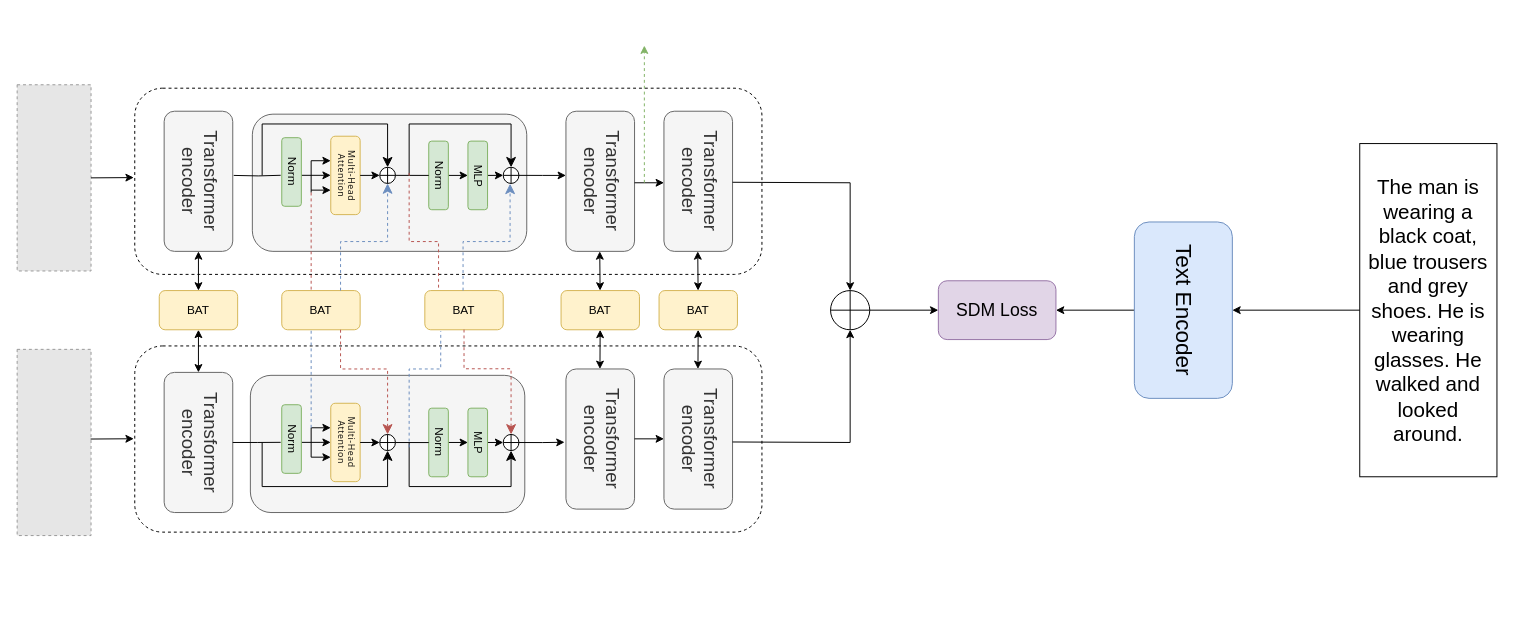
Above: 11.7.drawio in CZYdeGithub/drawio (draw.io), before the change. Source tidied: cells renumbered, new cells numbered last; positions are measured from the earlier drawing's top-left corner, leaving out a move shared by most shapes. Both pictures are drawn from the tidied source at 98%, with x=0, y=0 at pixel (17, 45). Pictures stored in the file or linked from it are replaced by grey dashed boxes.
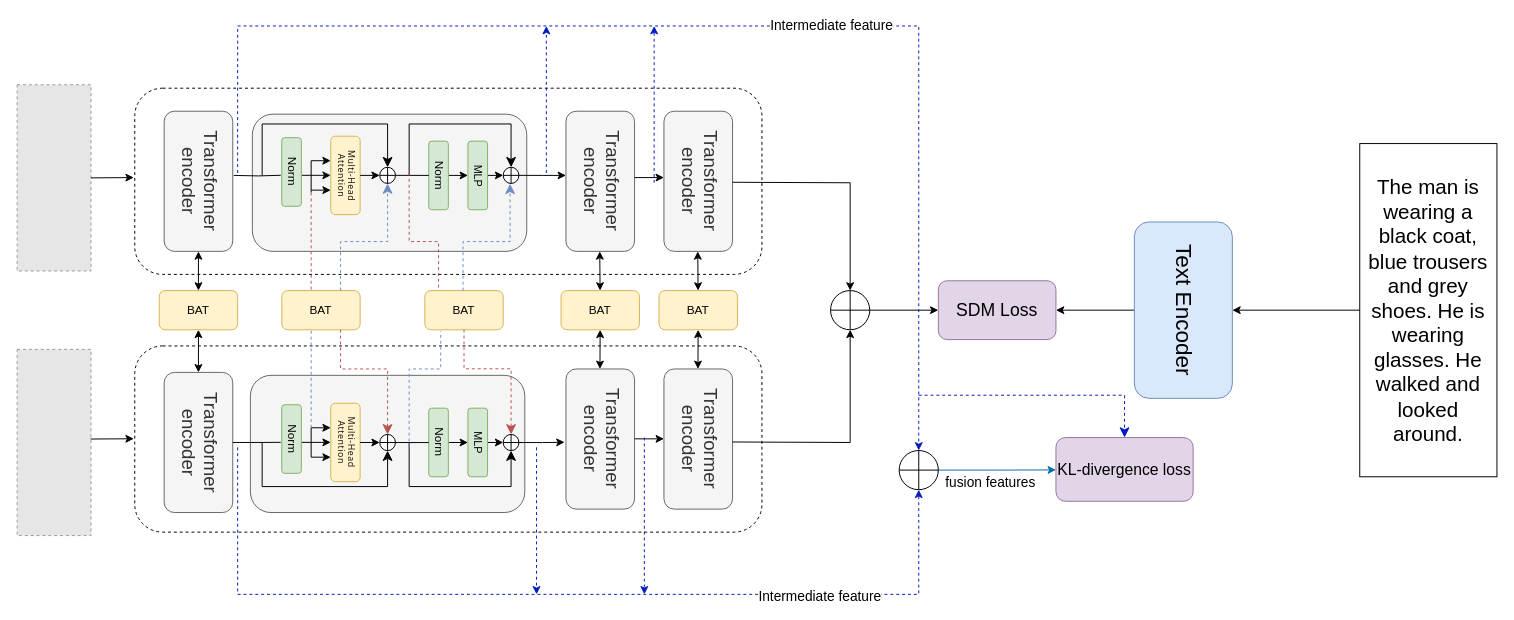
Above is the later version.

What changed in the source:
```diff
@@
     <mxCell id="24" style="endArrow=classic;html=1;rounded=0;" parent="1" edge="1">
       <mxGeometry relative="1" as="geometry">
-        <mxPoint x="630" y="140" as="sourcePoint" />
-        <mxPoint x="660" y="140" as="targetPoint" />
+        <mxPoint x="630" y="134.7" as="sourcePoint" />
+        <mxPoint x="660" y="134.7" as="targetPoint" />
       </mxGeometry>
     </mxCell>
@@
-    <mxCell id="28" style="endArrow=classic;html=1;rounded=0;fillColor=#d5e8d4;strokeColor=#82b366;dashed=1;fontSize=14;" parent="1" edge="1">
+    <mxCell id="28" style="endArrow=classic;html=1;rounded=0;fillColor=#0050ef;strokeColor=#001DBC;dashed=1;fontSize=14;" parent="1" edge="1">
       <mxGeometry relative="1" as="geometry">
-        <mxPoint x="640" y="140" as="sourcePoint" />
-        <mxPoint x="640" as="targetPoint" />
+        <mxPoint x="640" y="400" as="sourcePoint" />
+        <mxPoint x="640" y="560" as="targetPoint" />
       </mxGeometry>
     </mxCell>
@@
+    <mxCell id="83" style="endArrow=classic;html=1;rounded=0;fillColor=#0050ef;strokeColor=#001DBC;dashed=1;fontSize=14;" parent="1" edge="1">
+      <mxGeometry relative="1" as="geometry">
+        <mxPoint x="540" y="130" as="sourcePoint" />
+        <mxPoint x="540" y="-20" as="targetPoint" />
+      </mxGeometry>
+    </mxCell>
+    <mxCell id="84" style="endArrow=classic;html=1;rounded=0;fillColor=#0050ef;strokeColor=#001DBC;dashed=1;fontSize=14;entryX=0.5;entryY=0;entryDx=0;entryDy=0;" parent="1" edge="1" target="92">
+      <mxGeometry relative="1" as="geometry">
+        <mxPoint x="225" y="130" as="sourcePoint" />
+        <Array as="points">
+          <mxPoint x="225" y="-20" />
+          <mxPoint x="920" y="-20" />
+        </Array>
+      </mxGeometry>
+    </mxCell>
+    <mxCell id="85" value="Intermediate feature" style="edgeLabel;html=1;align=center;verticalAlign=middle;fontSize=14;" parent="84" vertex="1">
+      <mxGeometry x="0.7" y="-1" relative="1" as="geometry">
+        <mxPoint x="-89" y="-242" as="offset" />
+      </mxGeometry>
+    </mxCell>
+    <mxCell id="86" style="endArrow=classic;html=1;rounded=0;fillColor=#0050ef;strokeColor=#001DBC;dashed=1;fontSize=14;" parent="1" edge="1">
+      <mxGeometry relative="1" as="geometry">
+        <mxPoint x="650" y="140" as="sourcePoint" />
+        <mxPoint x="650" y="-20" as="targetPoint" />
+      </mxGeometry>
+    </mxCell>
+    <mxCell id="87" style="endArrow=classic;html=1;rounded=0;fillColor=#0050ef;strokeColor=#001DBC;dashed=1;fontSize=14;" parent="1" edge="1">
+      <mxGeometry relative="1" as="geometry">
+        <mxPoint x="530" y="410" as="sourcePoint" />
+        <mxPoint x="530" y="560" as="targetPoint" />
+      </mxGeometry>
+    </mxCell>
+    <mxCell id="88" style="endArrow=classic;html=1;rounded=0;fillColor=#0050ef;strokeColor=#001DBC;dashed=1;fontSize=14;entryX=0.5;entryY=1;entryDx=0;entryDy=0;" parent="1" edge="1" target="92">
+      <mxGeometry relative="1" as="geometry">
+        <mxPoint x="225" y="410" as="sourcePoint" />
+        <Array as="points">
+          <mxPoint x="225" y="560" />
+          <mxPoint x="920" y="560" />
+        </Array>
+      </mxGeometry>
+    </mxCell>
+    <mxCell id="89" value="Intermediate feature" style="edgeLabel;html=1;align=center;verticalAlign=middle;fontSize=14;" parent="88" vertex="1">
+      <mxGeometry x="0.66" y="-1" relative="1" as="geometry">
+        <mxPoint x="-47" as="offset" />
+      </mxGeometry>
+    </mxCell>
+    <mxCell id="90" style="edgeStyle=orthogonalEdgeStyle;rounded=0;jettySize=auto;html=1;exitX=1;exitY=0.5;exitDx=0;exitDy=0;fillColor=#1ba1e2;strokeColor=#006EAF;" parent="1" edge="1" source="92">
+      <mxGeometry relative="1" as="geometry">
+        <mxPoint x="1060" y="433" as="targetPoint" />
+      </mxGeometry>
+    </mxCell>
+    <mxCell id="91" value="&lt;div style=&quot;font-size: 14px;&quot;&gt;fusion features&lt;/div&gt;" style="edgeLabel;html=1;align=center;verticalAlign=middle;fontSize=14;" parent="90" vertex="1">
+      <mxGeometry x="-0.14" relative="1" as="geometry">
+        <mxPoint y="12" as="offset" />
+      </mxGeometry>
+    </mxCell>
+    <mxCell id="92" style="shape=orEllipse;perimeter=ellipsePerimeter;whiteSpace=wrap;html=1;backgroundOutline=1;" parent="1" vertex="1">
+      <mxGeometry x="900" y="413.2" width="40" height="40" as="geometry" />
+    </mxCell>
+    <mxCell id="93" style="edgeStyle=segmentEdgeStyle;endArrow=classic;html=1;curved=0;rounded=0;endSize=8;startSize=8;fillColor=#0050ef;strokeColor=#001DBC;entryX=0.5;entryY=0;entryDx=0;entryDy=0;dashed=1;" parent="1" edge="1" target="94">
+      <mxGeometry relative="1" as="geometry">
+        <mxPoint x="920" y="356.8" as="sourcePoint" />
+        <Array as="points">
+          <mxPoint x="1130" y="357" />
+        </Array>
+      </mxGeometry>
+    </mxCell>
+    <mxCell id="94" value="&lt;font style=&quot;font-size: 16px;&quot;&gt;KL-divergence loss&lt;/font&gt;" style="rounded=1;whiteSpace=wrap;html=1;fillColor=#e1d5e7;strokeColor=#9673a6;align=center;verticalAlign=middle;" parent="1" vertex="1">
+      <mxGeometry x="1060" y="400" width="140" height="65" as="geometry" />
+    </mxCell>
```
